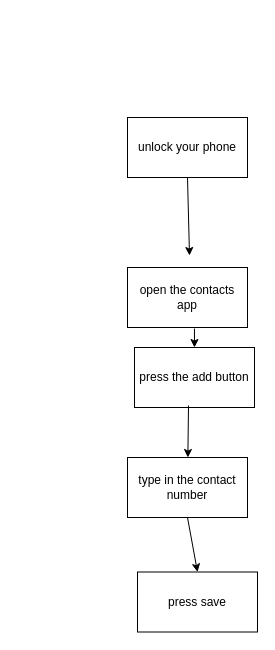
AryavT/flowcharts keeps this draw.io diagram as Untitled Diagram.drawio. Above is the earlier version. Source tidied: cells renumbered, new cells numbered last; positions are measured from the earlier drawing's top-left corner, leaving out a move shared by most shapes. Both pictures are drawn from the tidied source at 100%, with x=0, y=0 at pixel (127, 117).
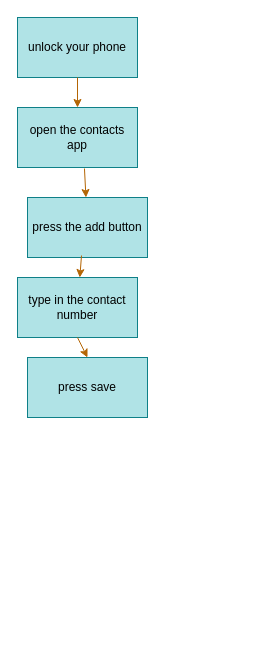
After the change.

Change to the diagram source:
```diff
@@
 <mxGraphModel>
   <root>
     <mxCell id="0" />
     <mxCell id="1" parent="0" />
-    <mxCell id="2" value="unlock your phone" style="rounded=0;whiteSpace=wrap;html=1;" parent="1" vertex="1">
-      <mxGeometry width="120" height="60" as="geometry" />
+    <mxCell id="2" value="unlock your phone" style="rounded=0;whiteSpace=wrap;html=1;fillColor=#b0e3e6;strokeColor=#0e8088;" parent="1" vertex="1">
+      <mxGeometry x="-110" y="-100" width="120" height="60" as="geometry" />
     </mxCell>
-    <mxCell id="3" style="endArrow=classic;html=1;rounded=0;exitX=0.5;exitY=1;exitDx=0;exitDy=0;entryX=0.433;entryY=-0.033;entryDx=0;entryDy=0;entryPerimeter=0;" parent="1" edge="1" source="2">
-      <mxGeometry relative="1" as="geometry">
-        <mxPoint x="62" y="138" as="targetPoint" />
-      </mxGeometry>
+    <mxCell id="3" style="endArrow=classic;html=1;rounded=0;exitX=0.5;exitY=1;exitDx=0;exitDy=0;entryX=0.5;entryY=0;entryDx=0;entryDy=0;fillColor=#fad7ac;strokeColor=#b46504;" parent="1" edge="1" source="2" target="4">
+      <mxGeometry relative="1" as="geometry" />
     </mxCell>
-    <mxCell id="4" value="open the contacts app" style="rounded=0;whiteSpace=wrap;html=1;" parent="1" vertex="1">
-      <mxGeometry y="150" width="120" height="60" as="geometry" />
+    <mxCell id="4" value="open the contacts app" style="rounded=0;whiteSpace=wrap;html=1;fillColor=#b0e3e6;strokeColor=#0e8088;" parent="1" vertex="1">
+      <mxGeometry x="-110" y="-10" width="120" height="60" as="geometry" />
     </mxCell>
-    <mxCell id="5" style="endArrow=classic;html=1;rounded=0;exitX=0.558;exitY=1.017;exitDx=0;exitDy=0;exitPerimeter=0;" parent="1" edge="1" source="4" target="6">
+    <mxCell id="5" style="endArrow=classic;html=1;rounded=0;exitX=0.558;exitY=1.017;exitDx=0;exitDy=0;exitPerimeter=0;fillColor=#fad7ac;strokeColor=#b46504;" parent="1" edge="1" source="4" target="6">
       <mxGeometry relative="1" as="geometry" />
     </mxCell>
-    <mxCell id="6" value="press the add button&lt;br&gt;" style="rounded=0;whiteSpace=wrap;html=1;" parent="1" vertex="1">
-      <mxGeometry x="7" y="230" width="120" height="60" as="geometry" />
+    <mxCell id="6" value="press the add button&lt;br&gt;" style="rounded=0;whiteSpace=wrap;html=1;fillColor=#b0e3e6;strokeColor=#0e8088;" parent="1" vertex="1">
+      <mxGeometry x="-100" y="80" width="120" height="60" as="geometry" />
     </mxCell>
-    <mxCell id="7" style="endArrow=classic;html=1;rounded=0;exitX=0.45;exitY=0.967;exitDx=0;exitDy=0;exitPerimeter=0;" parent="1" edge="1" source="6" target="8">
+    <mxCell id="7" style="endArrow=classic;html=1;rounded=0;exitX=0.45;exitY=0.967;exitDx=0;exitDy=0;exitPerimeter=0;fillColor=#fad7ac;strokeColor=#b46504;" parent="1" edge="1" source="6" target="8">
       <mxGeometry relative="1" as="geometry" />
     </mxCell>
-    <mxCell id="8" value="type in the contact number" style="rounded=0;whiteSpace=wrap;html=1;" parent="1" vertex="1">
-      <mxGeometry y="340" width="120" height="60" as="geometry" />
+    <mxCell id="8" value="type in the contact number" style="rounded=0;whiteSpace=wrap;html=1;fillColor=#b0e3e6;strokeColor=#0e8088;" parent="1" vertex="1">
+      <mxGeometry x="-110" y="160" width="120" height="60" as="geometry" />
     </mxCell>
-    <mxCell id="9" value="press save" style="rounded=0;whiteSpace=wrap;html=1;" parent="1" vertex="1">
-      <mxGeometry x="10" y="454.5" width="120" height="60" as="geometry" />
+    <mxCell id="9" value="press save" style="rounded=0;whiteSpace=wrap;html=1;fillColor=#b0e3e6;strokeColor=#0e8088;" parent="1" vertex="1">
+      <mxGeometry x="-100" y="240" width="120" height="60" as="geometry" />
     </mxCell>
-    <mxCell id="10" style="endArrow=classic;html=1;rounded=0;entryX=0.5;entryY=0;entryDx=0;entryDy=0;exitX=0.5;exitY=1;exitDx=0;exitDy=0;" parent="1" edge="1" source="8" target="9">
+    <mxCell id="10" style="endArrow=classic;html=1;rounded=0;entryX=0.5;entryY=0;entryDx=0;entryDy=0;exitX=0.5;exitY=1;exitDx=0;exitDy=0;fillColor=#fad7ac;strokeColor=#b46504;" parent="1" edge="1" source="8" target="9">
       <mxGeometry relative="1" as="geometry" />
     </mxCell>
   </root>
 </mxGraphModel>
```
